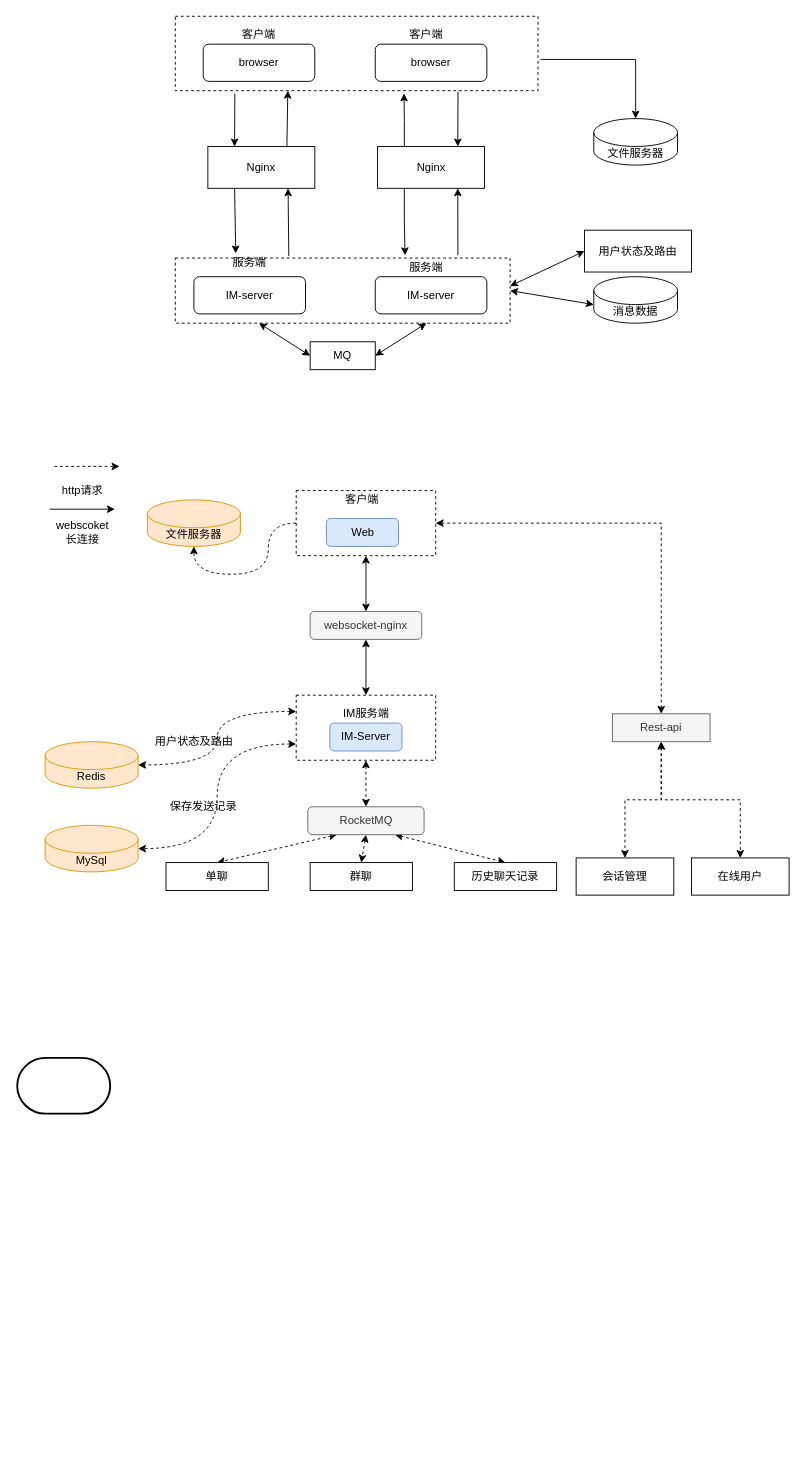
Before: draw/Untitled Diagram.drawio in ayuanjm/im, a draw.io diagram. Source tidied: cells renumbered, new cells numbered last; positions are measured from the earlier drawing's top-left corner, leaving out a move shared by most shapes. Both pictures are drawn from the tidied source at 93%, with x=0, y=0 at pixel (17, 16).
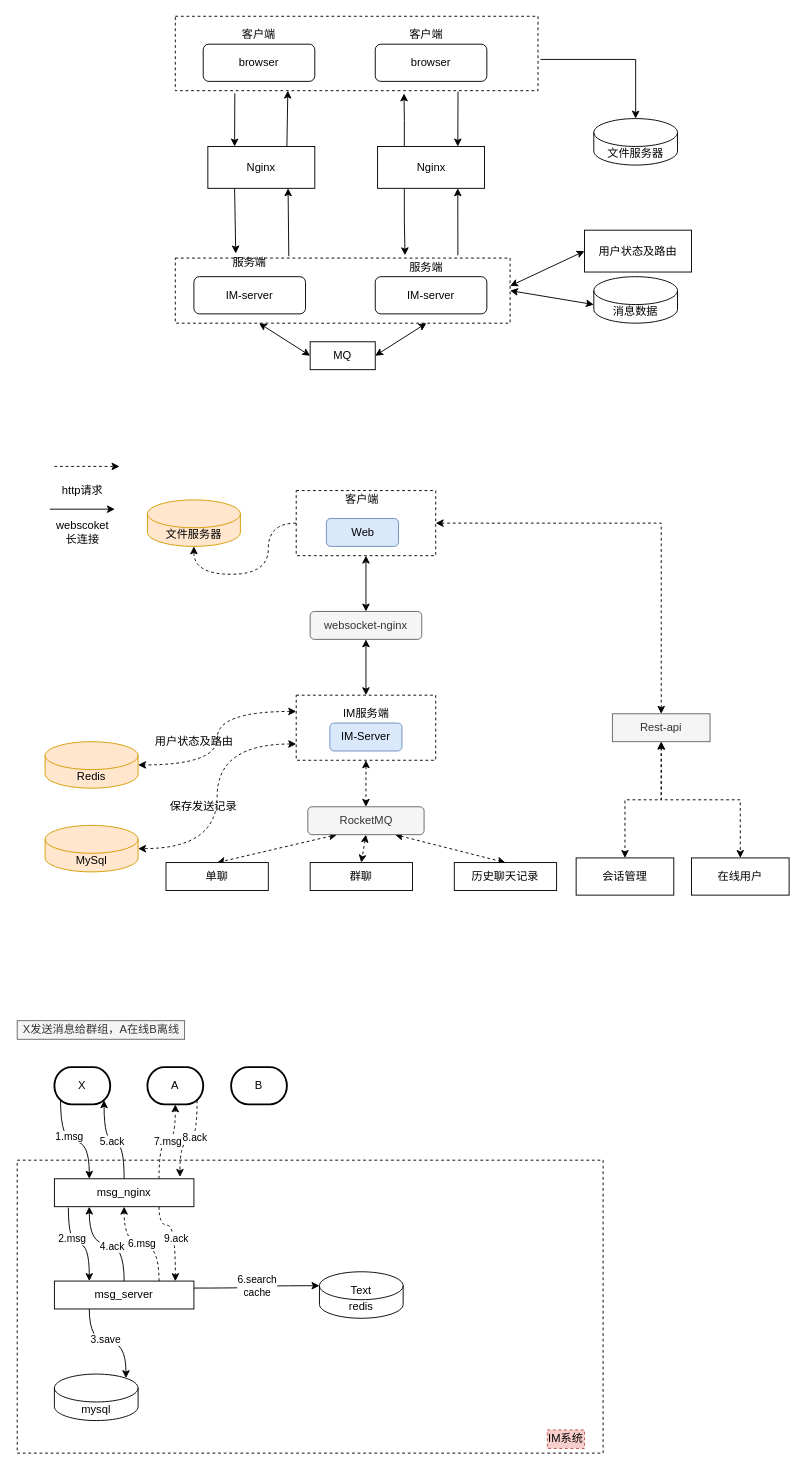
The same diagram, later.

The edit, as a diff of the source:
```diff
@@
+    <mxCell id="68" style="rounded=0;whiteSpace=wrap;html=1;strokeColor=#000000;strokeWidth=1;dashed=1;" parent="1" vertex="1">
+      <mxGeometry y="1230" width="630" height="315" as="geometry" />
+    </mxCell>
@@
+    <mxCell id="69" style="edgeStyle=orthogonalEdgeStyle;curved=1;rounded=0;jettySize=auto;html=1;exitX=0.11;exitY=0.89;exitDx=0;exitDy=0;exitPerimeter=0;entryX=0.25;entryY=0;entryDx=0;entryDy=0;startArrow=none;startFill=0;strokeColor=#000000;" parent="1" edge="1" source="67" target="81">
+      <mxGeometry relative="1" as="geometry" />
+    </mxCell>
+    <mxCell id="70" value="1.msg" style="edgeLabel;html=1;align=center;verticalAlign=middle;" parent="69" vertex="1">
+      <mxGeometry x="-0.08" y="6" relative="1" as="geometry" />
+    </mxCell>
-    <mxCell id="67" style="strokeWidth=2;html=1;shape=mxgraph.flowchart.terminator;whiteSpace=wrap;" parent="1" vertex="1">
-      <mxGeometry y="1120" width="100" height="60" as="geometry" />
+    <mxCell id="67" value="X" style="strokeWidth=2;html=1;shape=mxgraph.flowchart.terminator;whiteSpace=wrap;" parent="1" vertex="1">
+      <mxGeometry x="40" y="1130" width="60" height="40" as="geometry" />
     </mxCell>
+    <mxCell id="71" style="edgeStyle=orthogonalEdgeStyle;curved=1;rounded=0;jettySize=auto;html=1;exitX=0.89;exitY=0.89;exitDx=0;exitDy=0;exitPerimeter=0;entryX=0.9;entryY=-0.067;entryDx=0;entryDy=0;entryPerimeter=0;dashed=1;startArrow=none;startFill=0;strokeColor=#000000;" parent="1" edge="1" source="73" target="81">
+      <mxGeometry relative="1" as="geometry" />
+    </mxCell>
+    <mxCell id="72" value="8.ack" style="edgeLabel;html=1;align=center;verticalAlign=middle;" parent="71" vertex="1">
+      <mxGeometry x="-0.2" y="-3" relative="1" as="geometry" />
+    </mxCell>
+    <mxCell id="73" value="A" style="strokeWidth=2;html=1;shape=mxgraph.flowchart.terminator;whiteSpace=wrap;" parent="1" vertex="1">
+      <mxGeometry x="140" y="1130" width="60" height="40" as="geometry" />
+    </mxCell>
+    <mxCell id="74" value="B" style="strokeWidth=2;html=1;shape=mxgraph.flowchart.terminator;whiteSpace=wrap;" parent="1" vertex="1">
+      <mxGeometry x="230" y="1130" width="60" height="40" as="geometry" />
+    </mxCell>
+    <mxCell id="75" style="edgeStyle=orthogonalEdgeStyle;curved=1;rounded=0;jettySize=auto;html=1;exitX=0.1;exitY=1.033;exitDx=0;exitDy=0;entryX=0.25;entryY=0;entryDx=0;entryDy=0;startArrow=none;startFill=0;strokeColor=#000000;exitPerimeter=0;" parent="1" edge="1" source="81" target="88">
+      <mxGeometry relative="1" as="geometry" />
+    </mxCell>
+    <mxCell id="76" value="2.msg" style="edgeLabel;html=1;align=center;verticalAlign=middle;" parent="75" vertex="1">
+      <mxGeometry x="-0.33" y="3" relative="1" as="geometry" />
+    </mxCell>
+    <mxCell id="77" value="5.ack" style="edgeStyle=orthogonalEdgeStyle;curved=1;rounded=0;jettySize=auto;html=1;exitX=0.5;exitY=0;exitDx=0;exitDy=0;entryX=0.89;entryY=0.89;entryDx=0;entryDy=0;entryPerimeter=0;startArrow=none;startFill=0;strokeColor=#000000;" parent="1" edge="1" source="81" target="67">
+      <mxGeometry relative="1" as="geometry" />
+    </mxCell>
+    <mxCell id="78" value="7.msg" style="edgeStyle=orthogonalEdgeStyle;curved=1;rounded=0;jettySize=auto;html=1;exitX=0.75;exitY=0;exitDx=0;exitDy=0;entryX=0.5;entryY=1;entryDx=0;entryDy=0;entryPerimeter=0;dashed=1;startArrow=none;startFill=0;strokeColor=#000000;" parent="1" edge="1" source="81" target="73">
+      <mxGeometry relative="1" as="geometry">
+        <Array as="points">
+          <mxPoint x="153" y="1210" />
+          <mxPoint x="170" y="1210" />
+        </Array>
+      </mxGeometry>
+    </mxCell>
+    <mxCell id="79" style="edgeStyle=orthogonalEdgeStyle;curved=1;rounded=0;jettySize=auto;html=1;exitX=0.75;exitY=1;exitDx=0;exitDy=0;entryX=0.27;entryY=0.413;entryDx=0;entryDy=0;entryPerimeter=0;dashed=1;startArrow=none;startFill=0;strokeColor=#000000;" parent="1" edge="1" source="81" target="68">
+      <mxGeometry relative="1" as="geometry" />
+    </mxCell>
+    <mxCell id="80" value="9.ack" style="edgeLabel;html=1;align=center;verticalAlign=middle;" parent="79" vertex="1">
+      <mxGeometry x="0.04" relative="1" as="geometry" />
+    </mxCell>
+    <mxCell id="81" value="msg_nginx" style="rounded=0;whiteSpace=wrap;html=1;strokeColor=#000000;strokeWidth=1;" parent="1" vertex="1">
+      <mxGeometry x="40" y="1250" width="150" height="30" as="geometry" />
+    </mxCell>
+    <mxCell id="82" style="edgeStyle=orthogonalEdgeStyle;curved=1;rounded=0;jettySize=auto;html=1;exitX=0.25;exitY=1;exitDx=0;exitDy=0;entryX=0.855;entryY=0;entryDx=0;entryDy=4.35;entryPerimeter=0;startArrow=none;startFill=0;strokeColor=#000000;" parent="1" edge="1" source="88" target="90">
+      <mxGeometry relative="1" as="geometry" />
+    </mxCell>
+    <mxCell id="83" value="3.save" style="edgeLabel;html=1;align=center;verticalAlign=middle;" parent="82" vertex="1">
+      <mxGeometry x="-0.08" y="3" relative="1" as="geometry" />
+    </mxCell>
+    <mxCell id="84" style="edgeStyle=orthogonalEdgeStyle;curved=1;rounded=0;jettySize=auto;html=1;exitX=0.5;exitY=0;exitDx=0;exitDy=0;entryX=0.25;entryY=1;entryDx=0;entryDy=0;startArrow=none;startFill=0;strokeColor=#000000;" parent="1" edge="1" source="88" target="81">
+      <mxGeometry relative="1" as="geometry" />
+    </mxCell>
+    <mxCell id="85" value="4.ack" style="edgeLabel;html=1;align=center;verticalAlign=middle;" parent="84" vertex="1">
+      <mxGeometry x="-0.08" y="2" relative="1" as="geometry" />
+    </mxCell>
+    <mxCell id="86" value="6.search&lt;br&gt;cache" style="edgeStyle=orthogonalEdgeStyle;curved=1;rounded=0;jettySize=auto;html=1;exitX=1;exitY=0.25;exitDx=0;exitDy=0;entryX=0;entryY=0;entryDx=0;entryDy=15;entryPerimeter=0;startArrow=none;startFill=0;strokeColor=#000000;" parent="1" edge="1" source="88" target="89">
+      <mxGeometry relative="1" as="geometry" />
+    </mxCell>
+    <mxCell id="87" value="6.msg" style="edgeStyle=orthogonalEdgeStyle;curved=1;rounded=0;jettySize=auto;html=1;exitX=0.75;exitY=0;exitDx=0;exitDy=0;entryX=0.5;entryY=1;entryDx=0;entryDy=0;startArrow=none;startFill=0;strokeColor=#000000;dashed=1;" parent="1" edge="1" source="88" target="81">
+      <mxGeometry relative="1" as="geometry">
+        <Array as="points">
+          <mxPoint x="153" y="1320" />
+          <mxPoint x="115" y="1320" />
+        </Array>
+      </mxGeometry>
+    </mxCell>
+    <mxCell id="88" value="msg_server" style="rounded=0;whiteSpace=wrap;html=1;strokeColor=#000000;strokeWidth=1;" parent="1" vertex="1">
+      <mxGeometry x="40" y="1360" width="150" height="30" as="geometry" />
+    </mxCell>
+    <mxCell id="89" value="redis" style="shape=cylinder3;whiteSpace=wrap;html=1;boundedLbl=1;backgroundOutline=1;size=15;strokeColor=#000000;strokeWidth=1;" parent="1" vertex="1">
+      <mxGeometry x="325" y="1350" width="90" height="50" as="geometry" />
+    </mxCell>
+    <mxCell id="90" value="mysql" style="shape=cylinder3;whiteSpace=wrap;html=1;boundedLbl=1;backgroundOutline=1;size=15;strokeColor=#000000;strokeWidth=1;" parent="1" vertex="1">
+      <mxGeometry x="40" y="1460" width="90" height="50" as="geometry" />
+    </mxCell>
+    <mxCell id="91" value="IM系统" style="text;html=1;strokeColor=#b85450;fillColor=#f8cecc;align=center;verticalAlign=middle;whiteSpace=wrap;rounded=0;dashed=1;" parent="1" vertex="1">
+      <mxGeometry x="570" y="1520" width="40" height="20" as="geometry" />
+    </mxCell>
+    <mxCell id="92" value="Text" style="text;html=1;strokeColor=none;fillColor=none;align=center;verticalAlign=middle;whiteSpace=wrap;rounded=0;dashed=1;" parent="1" vertex="1">
+      <mxGeometry x="350" y="1360" width="40" height="20" as="geometry" />
+    </mxCell>
+    <mxCell id="93" value="X发送消息给群组，A在线B离线" style="text;html=1;align=center;verticalAlign=middle;fillColor=#f5f5f5;strokeColor=#666666;fontColor=#333333;" parent="1" vertex="1">
+      <mxGeometry y="1080" width="180" height="20" as="geometry" />
+    </mxCell>
```
